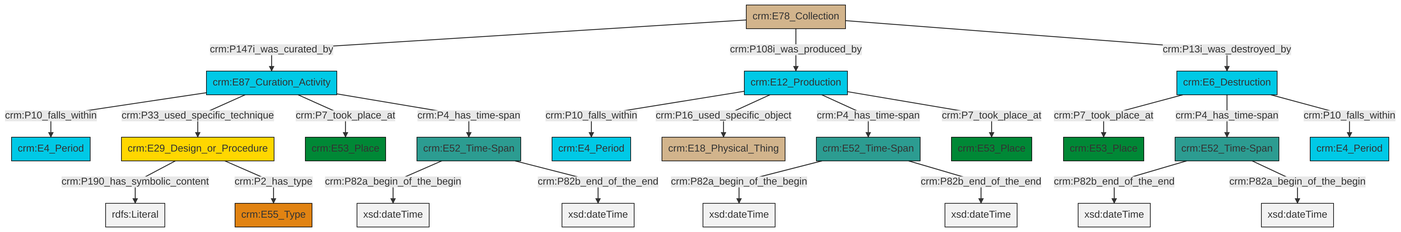
Earlier version of the Mermaid export et/archivalCSV/ttl/mmd/png/archival_existence.png (swiss-art-research-net/docs.swissartresearch). Its source is kept beside it as et/archivalCSV/ttl/mmd/archival_existence.ttl.mmd.
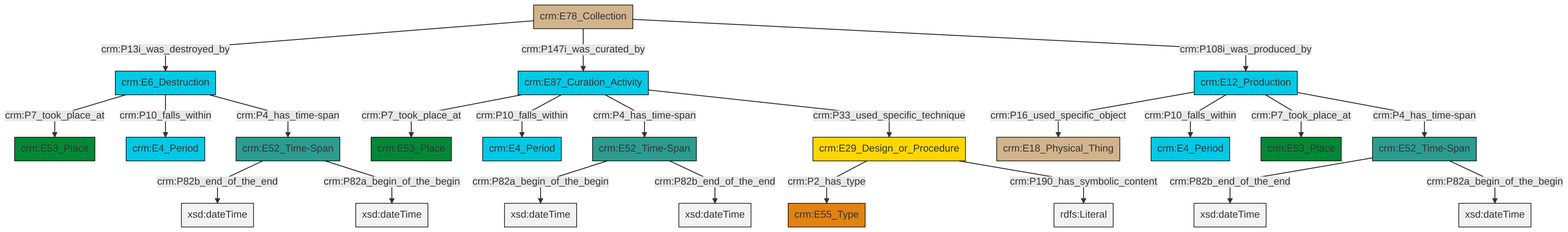
The same file after the commit.

Diff of the diagram source:
```diff
@@ -13,25 +13,25 @@
 classDef PC_Classes fill:#4ce600, stroke:#000000;
 classDef Multi fill:#cccccc,stroke:#000000;
 
-0["crm:E52_Time-Span"]:::Time-Span -->|crm:P82a_begin_of_the_begin| 1[xsd:dateTime]:::Literal
-2["crm:E52_Time-Span"]:::Time-Span -->|crm:P82a_begin_of_the_begin| 3[xsd:dateTime]:::Literal
-4["crm:E52_Time-Span"]:::Time-Span -->|crm:P82b_end_of_the_end| 5[xsd:dateTime]:::Literal
-6["crm:E29_Design_or_Procedure"]:::Conceptual_Object -->|crm:P190_has_symbolic_content| 7[rdfs:Literal]:::Literal
-10["crm:E87_Curation_Activity"]:::Temporal_Entity -->|crm:P10_falls_within| 8["crm:E4_Period"]:::Temporal_Entity
-11["crm:E6_Destruction"]:::Temporal_Entity -->|crm:P7_took_place_at| 16["crm:E53_Place"]:::Place
-17["crm:E12_Production"]:::Temporal_Entity -->|crm:P10_falls_within| 18["crm:E4_Period"]:::Temporal_Entity
-10["crm:E87_Curation_Activity"]:::Temporal_Entity -->|crm:P33_used_specific_technique| 6["crm:E29_Design_or_Procedure"]:::Conceptual_Object
-10["crm:E87_Curation_Activity"]:::Temporal_Entity -->|crm:P7_took_place_at| 19["crm:E53_Place"]:::Place
-24["crm:E78_Collection"]:::Physical_Thing -->|crm:P147i_was_curated_by| 10["crm:E87_Curation_Activity"]:::Temporal_Entity
-17["crm:E12_Production"]:::Temporal_Entity -->|crm:P16_used_specific_object| 20["crm:E18_Physical_Thing"]:::Physical_Thing
-17["crm:E12_Production"]:::Temporal_Entity -->|crm:P4_has_time-span| 2["crm:E52_Time-Span"]:::Time-Span
-10["crm:E87_Curation_Activity"]:::Temporal_Entity -->|crm:P4_has_time-span| 0["crm:E52_Time-Span"]:::Time-Span
-6["crm:E29_Design_or_Procedure"]:::Conceptual_Object -->|crm:P2_has_type| 22["crm:E55_Type"]:::Type
-0["crm:E52_Time-Span"]:::Time-Span -->|crm:P82b_end_of_the_end| 29[xsd:dateTime]:::Literal
-11["crm:E6_Destruction"]:::Temporal_Entity -->|crm:P4_has_time-span| 4["crm:E52_Time-Span"]:::Time-Span
-4["crm:E52_Time-Span"]:::Time-Span -->|crm:P82a_begin_of_the_begin| 31[xsd:dateTime]:::Literal
-17["crm:E12_Production"]:::Temporal_Entity -->|crm:P7_took_place_at| 27["crm:E53_Place"]:::Place
-2["crm:E52_Time-Span"]:::Time-Span -->|crm:P82b_end_of_the_end| 34[xsd:dateTime]:::Literal
-24["crm:E78_Collection"]:::Physical_Thing -->|crm:P108i_was_produced_by| 17["crm:E12_Production"]:::Temporal_Entity
-11["crm:E6_Destruction"]:::Temporal_Entity -->|crm:P10_falls_within| 13["crm:E4_Period"]:::Temporal_Entity
-24["crm:E78_Collection"]:::Physical_Thing -->|crm:P13i_was_destroyed_by| 11["crm:E6_Destruction"]:::Temporal_Entity
+2["crm:E12_Production"]:::Temporal_Entity -->|crm:P16_used_specific_object| 3["crm:E18_Physical_Thing"]:::Physical_Thing
+6["crm:E87_Curation_Activity"]:::Temporal_Entity -->|crm:P7_took_place_at| 7["crm:E53_Place"]:::Place
+8["crm:E6_Destruction"]:::Temporal_Entity -->|crm:P7_took_place_at| 9["crm:E53_Place"]:::Place
+10["crm:E52_Time-Span"]:::Time-Span -->|crm:P82b_end_of_the_end| 11[xsd:dateTime]:::Literal
+6["crm:E87_Curation_Activity"]:::Temporal_Entity -->|crm:P10_falls_within| 12["crm:E4_Period"]:::Temporal_Entity
+13["crm:E52_Time-Span"]:::Time-Span -->|crm:P82b_end_of_the_end| 14[xsd:dateTime]:::Literal
+10["crm:E52_Time-Span"]:::Time-Span -->|crm:P82a_begin_of_the_begin| 15[xsd:dateTime]:::Literal
+16["crm:E52_Time-Span"]:::Time-Span -->|crm:P82a_begin_of_the_begin| 17[xsd:dateTime]:::Literal
+4["crm:E78_Collection"]:::Physical_Thing -->|crm:P13i_was_destroyed_by| 8["crm:E6_Destruction"]:::Temporal_Entity
+2["crm:E12_Production"]:::Temporal_Entity -->|crm:P10_falls_within| 18["crm:E4_Period"]:::Temporal_Entity
+16["crm:E52_Time-Span"]:::Time-Span -->|crm:P82b_end_of_the_end| 21[xsd:dateTime]:::Literal
+22["crm:E29_Design_or_Procedure"]:::Conceptual_Object -->|crm:P2_has_type| 24["crm:E55_Type"]:::Type
+4["crm:E78_Collection"]:::Physical_Thing -->|crm:P147i_was_curated_by| 6["crm:E87_Curation_Activity"]:::Temporal_Entity
+6["crm:E87_Curation_Activity"]:::Temporal_Entity -->|crm:P4_has_time-span| 16["crm:E52_Time-Span"]:::Time-Span
+2["crm:E12_Production"]:::Temporal_Entity -->|crm:P7_took_place_at| 0["crm:E53_Place"]:::Place
+8["crm:E6_Destruction"]:::Temporal_Entity -->|crm:P10_falls_within| 27["crm:E4_Period"]:::Temporal_Entity
+8["crm:E6_Destruction"]:::Temporal_Entity -->|crm:P4_has_time-span| 10["crm:E52_Time-Span"]:::Time-Span
+4["crm:E78_Collection"]:::Physical_Thing -->|crm:P108i_was_produced_by| 2["crm:E12_Production"]:::Temporal_Entity
+2["crm:E12_Production"]:::Temporal_Entity -->|crm:P4_has_time-span| 13["crm:E52_Time-Span"]:::Time-Span
+13["crm:E52_Time-Span"]:::Time-Span -->|crm:P82a_begin_of_the_begin| 32[xsd:dateTime]:::Literal
+6["crm:E87_Curation_Activity"]:::Temporal_Entity -->|crm:P33_used_specific_technique| 22["crm:E29_Design_or_Procedure"]:::Conceptual_Object
+22["crm:E29_Design_or_Procedure"]:::Conceptual_Object -->|crm:P190_has_symbolic_content| 37[rdfs:Literal]:::Literal
```
